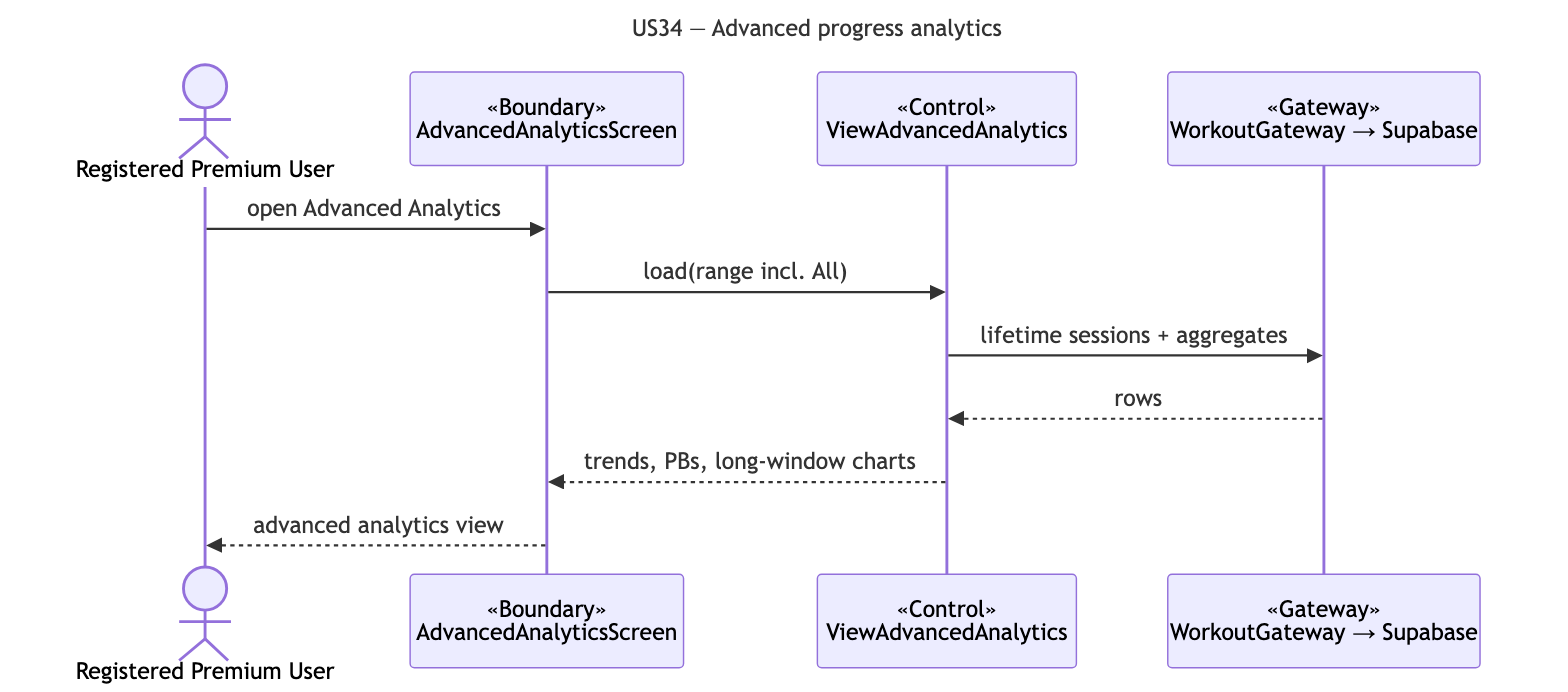
Above: docs/deliverables/sequence-diagrams/US34-advanced-analytics.png in cyuanjun/FYP-26-S2-37-app (Mermaid), before the change. Its source is kept beside it as docs/deliverables/sequence-diagrams/src/US34-advanced-analytics.mmd. Its diagram source:
```mermaid
---
title: "US34 — Advanced progress analytics"
---
sequenceDiagram
  actor A as Registered Premium User
  participant B as «Boundary»<br/>AdvancedAnalyticsScreen
  participant C as «Control»<br/>ViewAdvancedAnalytics
  participant G as «Gateway»<br/>WorkoutGateway → Supabase
  A->>B: open Advanced Analytics
  B->>C: load(range incl. All)
  C->>G: lifetime sessions + aggregates
  G-->>C: rows
  C-->>B: trends, PBs, long-window charts
  B-->>A: advanced analytics view
```
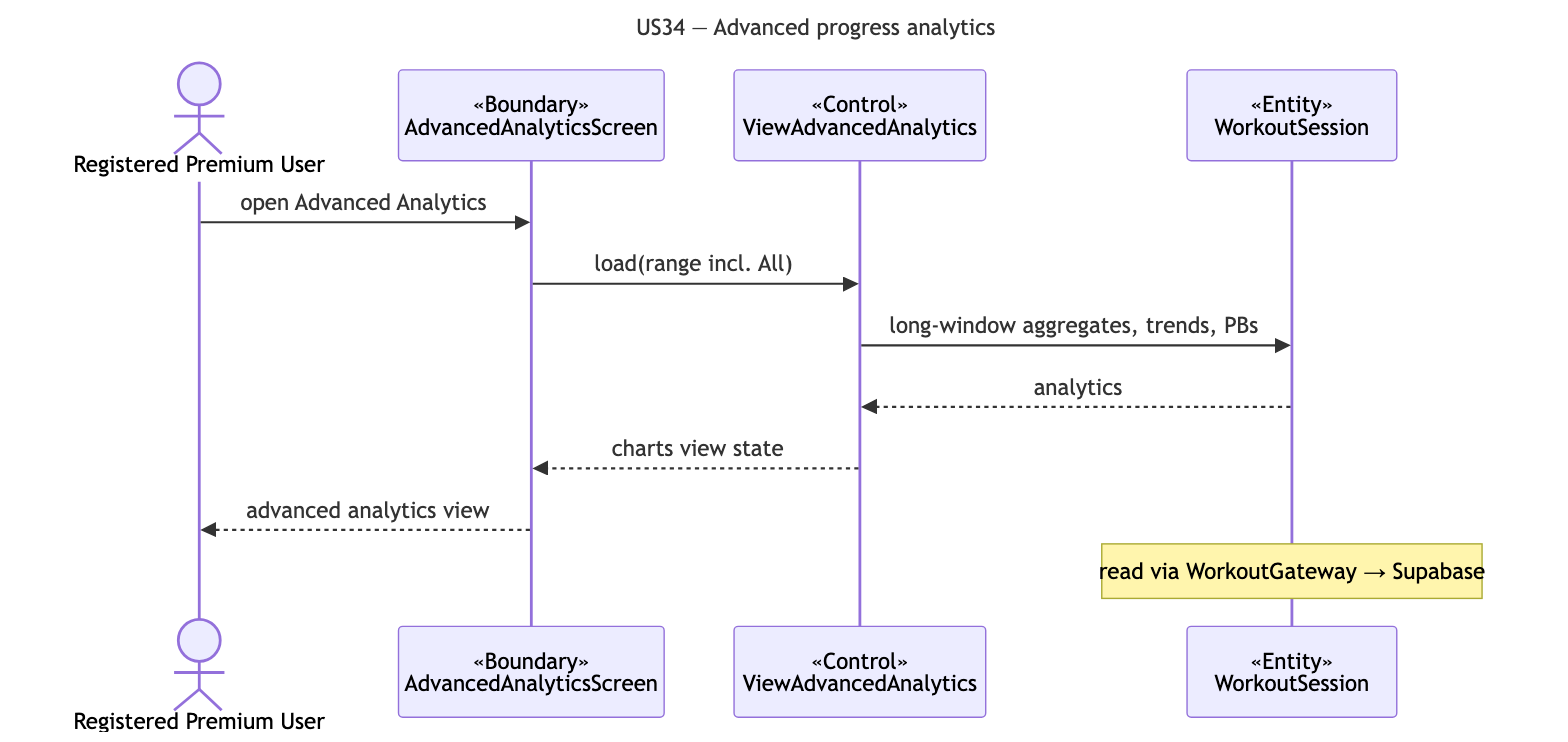
The same file after the commit.

Change to the diagram source:
```diff
@@ -5,10 +5,11 @@
   actor A as Registered Premium User
   participant B as «Boundary»<br/>AdvancedAnalyticsScreen
   participant C as «Control»<br/>ViewAdvancedAnalytics
-  participant G as «Gateway»<br/>WorkoutGateway → Supabase
+  participant E as «Entity»<br/>WorkoutSession
   A->>B: open Advanced Analytics
   B->>C: load(range incl. All)
-  C->>G: lifetime sessions + aggregates
-  G-->>C: rows
-  C-->>B: trends, PBs, long-window charts
+  C->>E: long-window aggregates, trends, PBs
+  E-->>C: analytics
+  C-->>B: charts view state
   B-->>A: advanced analytics view
+  note over E: read via WorkoutGateway → Supabase
```
